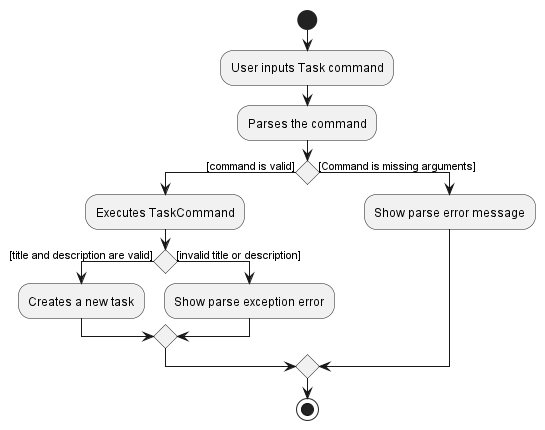
Earlier version of the PlantUML export docs/images/AddTaskActivityDiagram.png (nus-cs2103-AY2223S1/tp).
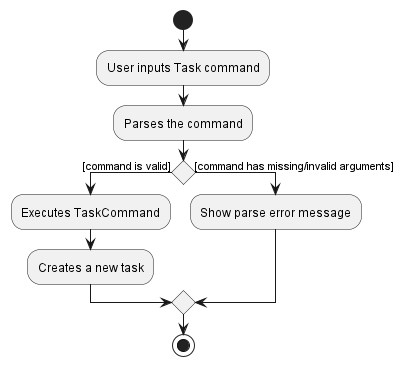
Above is the later version.

Commit message:
Update add task activity diagram

What changed in the source:
```diff
@@ -6,12 +6,9 @@
 
 if() then ([command is valid])
     :Executes TaskCommand;
-    if() then ([title and description are valid])
-        :Creates a new task;
-    else([invalid title or description])
-        :Show parse exception error;
-    endif
-else([Command is missing arguments])
+    :Creates a new task;
+
+else([command has missing/invalid arguments])
     :Show parse error message;
 endif
 stop
```
